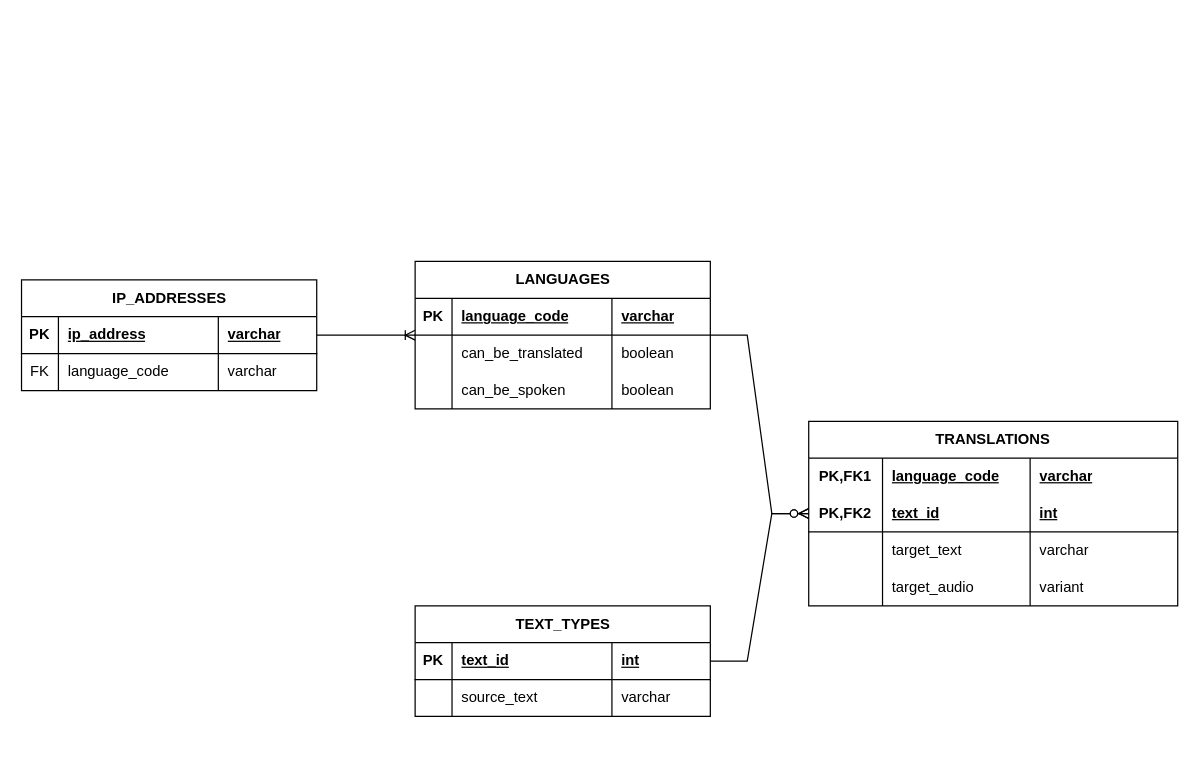
Before: page "physical_design" (3 of 3) of documentation/ERD.drawio in LucaBalduzziNI/nimbus-intelligence-coh2-python-project, a draw.io diagram. Source tidied: cells renumbered, new cells numbered last; positions are measured from the earlier drawing's top-left corner, leaving out a move shared by most shapes. Both pictures are drawn from the tidied source at 123%, with x=0, y=0 at pixel (21, 261).
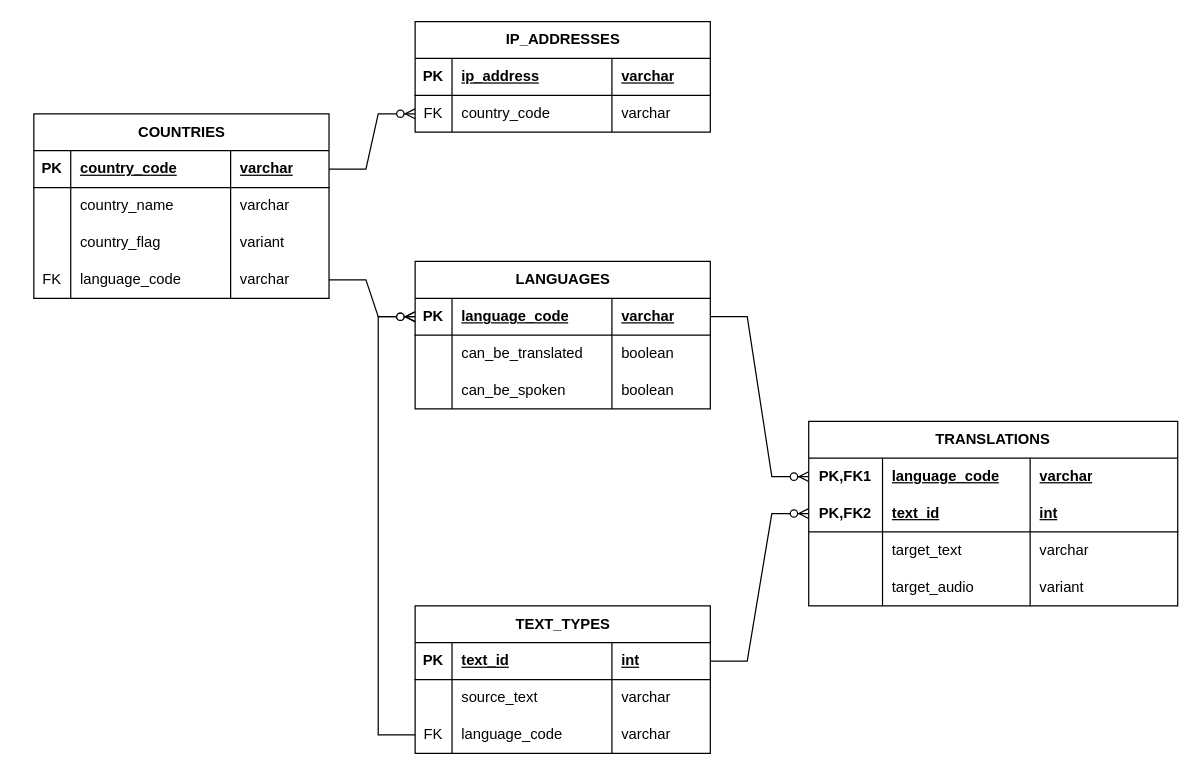
Above is the later version.

Unchanged cells that the change refers to:
```xml
<mxCell id="11" value="LANGUAGES" style="shape=table;startSize=30;childLayout=tableLayout;rowLines=0;fontStyle=1;align=center;html=1;" parent="1" vertex="1">
  <mxGeometry x="320" width="240" height="120" as="geometry" />
</mxCell>
<mxCell id="12" style="shape=tableRow;horizontal=0;startSize=0;swimlaneHead=0;swimlaneBody=0;fillColor=none;points=[[0,0.5],[1,0.5]];portConstraint=eastwest;top=0;left=0;right=0;bottom=1;" parent="11" vertex="1">
  <mxGeometry y="30" width="240" height="30" as="geometry" />
</mxCell>
<mxCell id="24" value="TRANSLATIONS" style="shape=table;startSize=30;childLayout=tableLayout;rowLines=0;fontStyle=1;align=center;html=1;whiteSpace=wrap;" parent="1" vertex="1">
  <mxGeometry x="640" y="130" width="300" height="150" as="geometry" />
</mxCell>
<mxCell id="25" style="shape=tableRow;horizontal=0;startSize=0;swimlaneHead=0;swimlaneBody=0;fillColor=none;points=[[0,0.5],[1,0.5]];portConstraint=eastwest;top=0;left=0;right=0;bottom=0;html=1;" parent="24" vertex="1">
  <mxGeometry y="30" width="300" height="30" as="geometry" />
</mxCell>
<mxCell id="29" style="shape=tableRow;horizontal=0;startSize=0;swimlaneHead=0;swimlaneBody=0;fillColor=none;points=[[0,0.5],[1,0.5]];portConstraint=eastwest;top=0;left=0;right=0;bottom=1;html=1;" parent="24" vertex="1">
  <mxGeometry y="60" width="300" height="30" as="geometry" />
</mxCell>
<mxCell id="42" style="shape=tableRow;horizontal=0;startSize=0;swimlaneHead=0;swimlaneBody=0;fillColor=none;points=[[0,0.5],[1,0.5]];portConstraint=eastwest;top=0;left=0;right=0;bottom=1;" parent="41" vertex="1">
  <mxGeometry y="30" width="240" height="30" as="geometry" />
</mxCell>
```

What changed in the source:
```diff
@@
     <mxCell id="2" value="IP_ADDRESSES" style="shape=table;startSize=30;childLayout=tableLayout;rowLines=0;fontStyle=1;align=center;html=1;" parent="1" vertex="1">
-      <mxGeometry y="15" width="240" height="90" as="geometry" />
+      <mxGeometry x="320" y="-195" width="240" height="90" as="geometry" />
     </mxCell>
@@
-    <mxCell id="7" style="shape=tableRow;horizontal=0;startSize=0;swimlaneHead=0;swimlaneBody=0;fillColor=none;top=0;left=0;right=0;bottom=0;" parent="2" vertex="1">
-      <mxGeometry y="60" width="240" height="30" as="geometry" />
-    </mxCell>
-    <mxCell id="8" value="FK" style="shape=partialRectangle;fillColor=none;top=0;left=0;bottom=0;right=0;overflow=hidden;whiteSpace=wrap;html=1;" parent="7" vertex="1">
-      <mxGeometry width="30" height="30" as="geometry" />
-    </mxCell>
-    <mxCell id="9" value="language_code" style="shape=partialRectangle;fillColor=none;top=0;left=0;bottom=0;right=0;align=left;spacingLeft=6;overflow=hidden;whiteSpace=wrap;html=1;" parent="7" vertex="1">
-      <mxGeometry x="30" width="130" height="30" as="geometry" />
-    </mxCell>
-    <mxCell id="10" value="varchar" style="shape=partialRectangle;fillColor=none;top=0;left=0;bottom=0;right=0;align=left;spacingLeft=6;overflow=hidden;whiteSpace=wrap;html=1;" parent="7" vertex="1">
-      <mxGeometry x="160" width="80" height="30" as="geometry" />
-    </mxCell>
+    <mxCell id="53" style="shape=tableRow;horizontal=0;startSize=0;swimlaneHead=0;swimlaneBody=0;fillColor=none;points=[[0,0.5],[1,0.5]];portConstraint=eastwest;top=0;left=0;right=0;bottom=0;" parent="2" vertex="1">
+      <mxGeometry y="60" width="240" height="30" as="geometry" />
+    </mxCell>
+    <mxCell id="54" value="FK" style="shape=partialRectangle;fillColor=none;top=0;left=0;bottom=0;right=0;overflow=hidden;whiteSpace=wrap;html=1;" parent="53" vertex="1">
+      <mxGeometry width="30" height="30" as="geometry" />
+    </mxCell>
+    <mxCell id="55" value="country_code" style="shape=partialRectangle;fillColor=none;top=0;left=0;bottom=0;right=0;align=left;spacingLeft=6;overflow=hidden;whiteSpace=wrap;html=1;" parent="53" vertex="1">
+      <mxGeometry x="30" width="130" height="30" as="geometry" />
+    </mxCell>
+    <mxCell id="56" value="varchar" style="shape=partialRectangle;fillColor=none;top=0;left=0;bottom=0;right=0;align=left;spacingLeft=6;overflow=hidden;whiteSpace=wrap;html=1;" parent="53" vertex="1">
+      <mxGeometry x="160" width="80" height="30" as="geometry" />
+    </mxCell>
@@
     <mxCell id="41" value="TEXT_TYPES" style="shape=table;startSize=30;childLayout=tableLayout;rowLines=0;fontStyle=1;align=center;html=1;" parent="1" vertex="1">
-      <mxGeometry x="320" y="280" width="240" height="90" as="geometry" />
+      <mxGeometry x="320" y="280" width="240" height="120" as="geometry" />
     </mxCell>
@@
+    <mxCell id="57" style="shape=tableRow;horizontal=0;startSize=0;swimlaneHead=0;swimlaneBody=0;fillColor=none;points=[[0,0.5],[1,0.5]];portConstraint=eastwest;top=0;left=0;right=0;bottom=0;" parent="41" vertex="1">
+      <mxGeometry y="90" width="240" height="30" as="geometry" />
+    </mxCell>
+    <mxCell id="58" value="FK" style="shape=partialRectangle;fillColor=none;top=0;left=0;bottom=0;right=0;overflow=hidden;whiteSpace=wrap;html=1;" parent="57" vertex="1">
+      <mxGeometry width="30" height="30" as="geometry" />
+    </mxCell>
+    <mxCell id="59" value="language_code" style="shape=partialRectangle;fillColor=none;top=0;left=0;bottom=0;right=0;align=left;spacingLeft=6;overflow=hidden;whiteSpace=wrap;html=1;" parent="57" vertex="1">
+      <mxGeometry x="30" width="130" height="30" as="geometry" />
+    </mxCell>
+    <mxCell id="60" value="varchar" style="shape=partialRectangle;fillColor=none;top=0;left=0;bottom=0;right=0;align=left;spacingLeft=6;overflow=hidden;whiteSpace=wrap;html=1;" parent="57" vertex="1">
+      <mxGeometry x="160" width="80" height="30" as="geometry" />
+    </mxCell>
-    <mxCell id="50" style="edgeStyle=entityRelationEdgeStyle;fontSize=12;html=1;endArrow=ERzeroToMany;endFill=1;rounded=0;" parent="1" edge="1" source="11" target="24">
+    <mxCell id="50" style="edgeStyle=entityRelationEdgeStyle;fontSize=12;html=1;endArrow=ERzeroToMany;endFill=1;rounded=0;" parent="1" edge="1" source="12" target="25">
       <mxGeometry relative="1" as="geometry" />
     </mxCell>
-    <mxCell id="51" style="edgeStyle=entityRelationEdgeStyle;fontSize=12;html=1;endArrow=ERzeroToMany;endFill=1;rounded=0;" parent="1" edge="1" source="41" target="24">
+    <mxCell id="51" style="edgeStyle=entityRelationEdgeStyle;fontSize=12;html=1;endArrow=ERzeroToMany;endFill=1;rounded=0;" parent="1" edge="1" source="42" target="29">
       <mxGeometry relative="1" as="geometry" />
     </mxCell>
-    <mxCell id="52" style="edgeStyle=entityRelationEdgeStyle;fontSize=12;html=1;endArrow=ERoneToMany;rounded=0;" parent="1" edge="1" source="2" target="11">
-      <mxGeometry relative="1" as="geometry" />
-    </mxCell>
+    <mxCell id="61" style="edgeStyle=elbowEdgeStyle;fontSize=12;html=1;endArrow=ERzeroToMany;endFill=1;rounded=0;exitX=0;exitY=0.5;exitDx=0;exitDy=0;" parent="1" edge="1" source="57" target="12">
+      <mxGeometry relative="1" as="geometry">
+        <Array as="points">
+          <mxPoint x="290" y="205" />
+        </Array>
+      </mxGeometry>
+    </mxCell>
+    <mxCell id="62" value="COUNTRIES" style="shape=table;startSize=30;childLayout=tableLayout;rowLines=0;fontStyle=1;align=center;html=1;" parent="1" vertex="1">
+      <mxGeometry x="10" y="-120" width="240" height="150" as="geometry" />
+    </mxCell>
+    <mxCell id="63" style="shape=tableRow;horizontal=0;startSize=0;swimlaneHead=0;swimlaneBody=0;fillColor=none;points=[[0,0.5],[1,0.5]];portConstraint=eastwest;top=0;left=0;right=0;bottom=1;" parent="62" vertex="1">
+      <mxGeometry y="30" width="240" height="30" as="geometry" />
+    </mxCell>
+    <mxCell id="64" value="PK" style="shape=partialRectangle;fillColor=none;top=0;left=0;bottom=0;right=0;fontStyle=1;overflow=hidden;whiteSpace=wrap;html=1;" parent="63" vertex="1">
+      <mxGeometry width="30" height="30" as="geometry" />
+    </mxCell>
+    <mxCell id="65" value="country_code" style="shape=partialRectangle;fillColor=none;top=0;left=0;bottom=0;right=0;align=left;spacingLeft=6;fontStyle=5;overflow=hidden;whiteSpace=wrap;html=1;" parent="63" vertex="1">
+      <mxGeometry x="30" width="130" height="30" as="geometry" />
+    </mxCell>
+    <mxCell id="66" value="varchar" style="shape=partialRectangle;fillColor=none;top=0;left=0;bottom=0;right=0;align=left;spacingLeft=6;fontStyle=5;overflow=hidden;whiteSpace=wrap;html=1;" parent="63" vertex="1">
+      <mxGeometry x="160" width="80" height="30" as="geometry" />
+    </mxCell>
+    <mxCell id="67" style="shape=tableRow;horizontal=0;startSize=0;swimlaneHead=0;swimlaneBody=0;fillColor=none;top=0;left=0;right=0;bottom=0;" parent="62" vertex="1">
+      <mxGeometry y="60" width="240" height="30" as="geometry" />
+    </mxCell>
+    <mxCell id="68" style="shape=partialRectangle;fillColor=none;top=0;left=0;bottom=0;right=0;overflow=hidden;whiteSpace=wrap;html=1;" parent="67" vertex="1">
+      <mxGeometry width="30" height="30" as="geometry" />
+    </mxCell>
+    <mxCell id="69" value="country_name" style="shape=partialRectangle;fillColor=none;top=0;left=0;bottom=0;right=0;align=left;spacingLeft=6;overflow=hidden;whiteSpace=wrap;html=1;" parent="67" vertex="1">
+      <mxGeometry x="30" width="130" height="30" as="geometry" />
+    </mxCell>
+    <mxCell id="70" value="varchar" style="shape=partialRectangle;fillColor=none;top=0;left=0;bottom=0;right=0;align=left;spacingLeft=6;overflow=hidden;whiteSpace=wrap;html=1;" parent="67" vertex="1">
+      <mxGeometry x="160" width="80" height="30" as="geometry" />
+    </mxCell>
+    <mxCell id="71" style="shape=tableRow;horizontal=0;startSize=0;swimlaneHead=0;swimlaneBody=0;fillColor=none;top=0;left=0;right=0;bottom=0;" parent="62" vertex="1">
+      <mxGeometry y="90" width="240" height="30" as="geometry" />
+    </mxCell>
+    <mxCell id="72" style="shape=partialRectangle;fillColor=none;top=0;left=0;bottom=0;right=0;overflow=hidden;whiteSpace=wrap;html=1;" parent="71" vertex="1">
+      <mxGeometry width="30" height="30" as="geometry" />
+    </mxCell>
+    <mxCell id="73" value="country_flag" style="shape=partialRectangle;fillColor=none;top=0;left=0;bottom=0;right=0;align=left;spacingLeft=6;overflow=hidden;whiteSpace=wrap;html=1;" parent="71" vertex="1">
+      <mxGeometry x="30" width="130" height="30" as="geometry" />
+    </mxCell>
+    <mxCell id="74" value="variant" style="shape=partialRectangle;fillColor=none;top=0;left=0;bottom=0;right=0;align=left;spacingLeft=6;overflow=hidden;whiteSpace=wrap;html=1;" parent="71" vertex="1">
+      <mxGeometry x="160" width="80" height="30" as="geometry" />
+    </mxCell>
+    <mxCell id="75" style="shape=tableRow;horizontal=0;startSize=0;swimlaneHead=0;swimlaneBody=0;fillColor=none;points=[[0,0.5],[1,0.5]];portConstraint=eastwest;top=0;left=0;right=0;bottom=0;" parent="62" vertex="1">
+      <mxGeometry y="120" width="240" height="30" as="geometry" />
+    </mxCell>
+    <mxCell id="76" value="FK" style="shape=partialRectangle;fillColor=none;top=0;left=0;bottom=0;right=0;overflow=hidden;whiteSpace=wrap;html=1;" parent="75" vertex="1">
+      <mxGeometry width="30" height="30" as="geometry" />
+    </mxCell>
+    <mxCell id="77" value="language_code" style="shape=partialRectangle;fillColor=none;top=0;left=0;bottom=0;right=0;align=left;spacingLeft=6;overflow=hidden;whiteSpace=wrap;html=1;" parent="75" vertex="1">
+      <mxGeometry x="30" width="130" height="30" as="geometry" />
+    </mxCell>
+    <mxCell id="78" value="varchar" style="shape=partialRectangle;fillColor=none;top=0;left=0;bottom=0;right=0;align=left;spacingLeft=6;overflow=hidden;whiteSpace=wrap;html=1;" parent="75" vertex="1">
+      <mxGeometry x="160" width="80" height="30" as="geometry" />
+    </mxCell>
+    <mxCell id="79" style="edgeStyle=entityRelationEdgeStyle;fontSize=12;html=1;endArrow=ERzeroToMany;endFill=1;rounded=0;" parent="1" edge="1" source="63" target="53">
+      <mxGeometry relative="1" as="geometry" />
+    </mxCell>
+    <mxCell id="80" style="edgeStyle=entityRelationEdgeStyle;fontSize=12;html=1;endArrow=ERzeroToMany;endFill=1;rounded=0;entryX=0;entryY=0.5;entryDx=0;entryDy=0;" parent="1" edge="1" source="75" target="12">
+      <mxGeometry relative="1" as="geometry" />
+    </mxCell>
```
